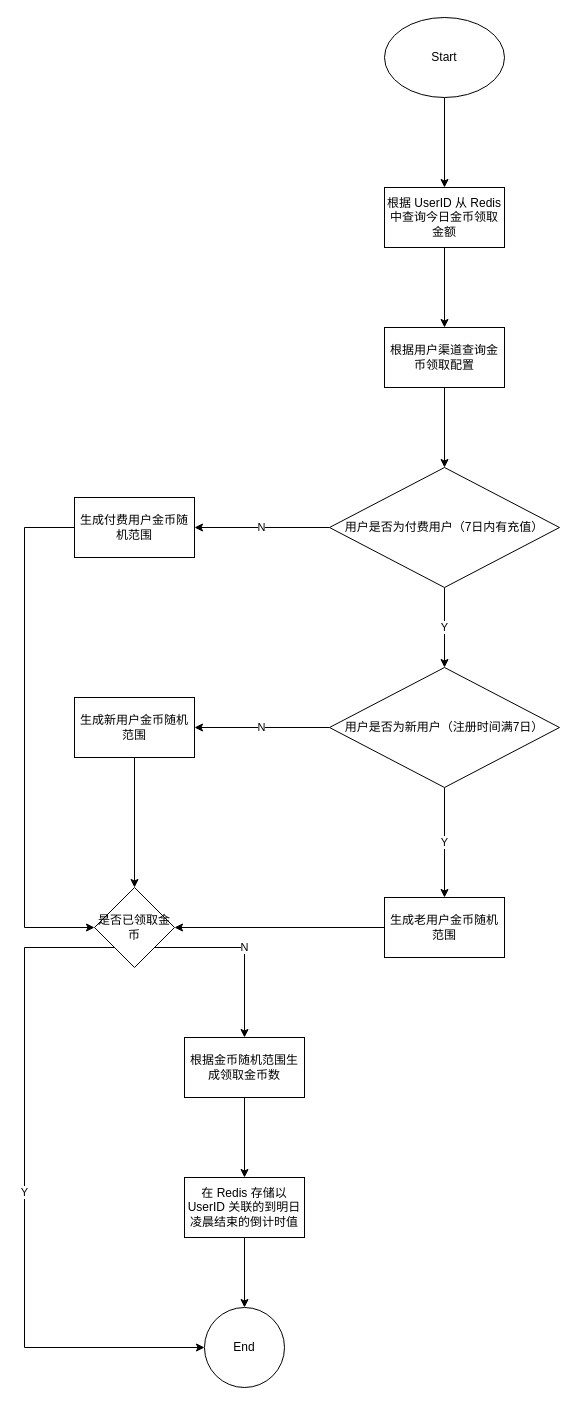
This is daily_free_award.drawio from kidozhaoz/drawio-libs, a draw.io file, before an edit. Source tidied: cells renumbered, new cells numbered last; positions are measured from the earlier drawing's top-left corner, leaving out a move shared by most shapes. Both pictures are drawn from the tidied source at 100%, with x=0, y=0 at pixel (24, 17).
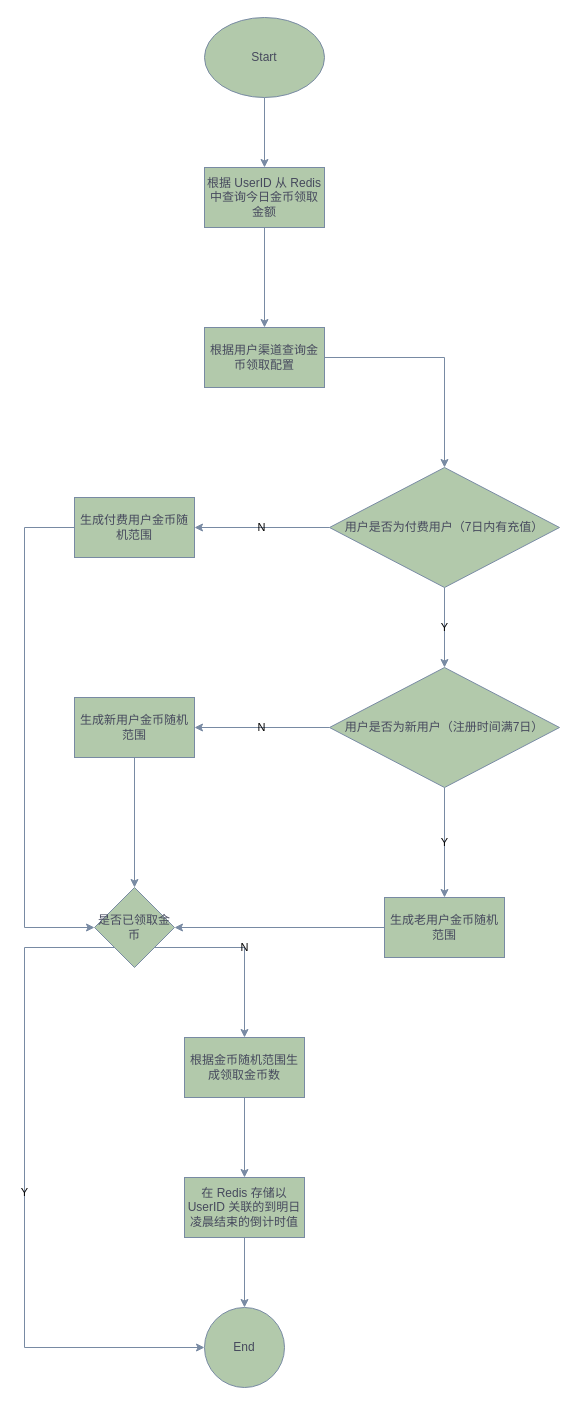
The same diagram, later.

Diff of the diagram source:
```diff
@@
-    <mxCell id="2" style="edgeStyle=orthogonalEdgeStyle;rounded=0;jettySize=auto;html=1;" parent="1" edge="1" source="3" target="5">
+    <mxCell id="2" style="edgeStyle=orthogonalEdgeStyle;rounded=0;jettySize=auto;html=1;labelBackgroundColor=none;strokeColor=#788AA3;fontColor=default;" parent="1" edge="1" source="3" target="5">
       <mxGeometry relative="1" as="geometry" />
     </mxCell>
-    <mxCell id="3" value="Start" style="ellipse;whiteSpace=wrap;html=1;" parent="1" vertex="1">
-      <mxGeometry x="360" width="120" height="80" as="geometry" />
+    <mxCell id="3" value="Start" style="ellipse;whiteSpace=wrap;html=1;labelBackgroundColor=none;fillColor=#B2C9AB;strokeColor=#788AA3;fontColor=#46495D;" parent="1" vertex="1">
+      <mxGeometry x="180" width="120" height="80" as="geometry" />
     </mxCell>
-    <mxCell id="4" style="edgeStyle=orthogonalEdgeStyle;rounded=0;jettySize=auto;html=1;" parent="1" edge="1" source="5" target="7">
+    <mxCell id="4" style="edgeStyle=orthogonalEdgeStyle;rounded=0;jettySize=auto;html=1;labelBackgroundColor=none;strokeColor=#788AA3;fontColor=default;" parent="1" edge="1" source="5" target="7">
       <mxGeometry relative="1" as="geometry" />
     </mxCell>
-    <mxCell id="5" value="根据 UserID 从 Redis中查询今日金币领取金额" style="whiteSpace=wrap;html=1;" parent="1" vertex="1">
-      <mxGeometry x="360" y="170" width="120" height="60" as="geometry" />
+    <mxCell id="5" value="根据 UserID 从 Redis中查询今日金币领取金额" style="whiteSpace=wrap;html=1;labelBackgroundColor=none;fillColor=#B2C9AB;strokeColor=#788AA3;fontColor=#46495D;" parent="1" vertex="1">
+      <mxGeometry x="180" y="150" width="120" height="60" as="geometry" />
     </mxCell>
-    <mxCell id="6" style="edgeStyle=orthogonalEdgeStyle;rounded=0;jettySize=auto;html=1;" parent="1" edge="1" source="7" target="10">
+    <mxCell id="6" style="edgeStyle=orthogonalEdgeStyle;rounded=0;jettySize=auto;html=1;labelBackgroundColor=none;strokeColor=#788AA3;fontColor=default;" parent="1" edge="1" source="7" target="10">
       <mxGeometry relative="1" as="geometry" />
     </mxCell>
-    <mxCell id="7" value="根据用户渠道查询金币领取配置" style="whiteSpace=wrap;html=1;" parent="1" vertex="1">
-      <mxGeometry x="360" y="310" width="120" height="60" as="geometry" />
+    <mxCell id="7" value="根据用户渠道查询金币领取配置" style="whiteSpace=wrap;html=1;labelBackgroundColor=none;fillColor=#B2C9AB;strokeColor=#788AA3;fontColor=#46495D;" parent="1" vertex="1">
+      <mxGeometry x="180" y="310" width="120" height="60" as="geometry" />
     </mxCell>
-    <mxCell id="8" value="Y" style="edgeStyle=orthogonalEdgeStyle;rounded=0;jettySize=auto;html=1;" parent="1" edge="1" source="10" target="13">
+    <mxCell id="8" value="Y" style="edgeStyle=orthogonalEdgeStyle;rounded=0;jettySize=auto;html=1;labelBackgroundColor=none;strokeColor=#788AA3;fontColor=default;" parent="1" edge="1" source="10" target="13">
       <mxGeometry relative="1" as="geometry" />
     </mxCell>
-    <mxCell id="9" value="N" style="edgeStyle=orthogonalEdgeStyle;rounded=0;jettySize=auto;html=1;" parent="1" edge="1" source="10" target="15">
+    <mxCell id="9" value="N" style="edgeStyle=orthogonalEdgeStyle;rounded=0;jettySize=auto;html=1;labelBackgroundColor=none;strokeColor=#788AA3;fontColor=default;" parent="1" edge="1" source="10" target="15">
       <mxGeometry relative="1" as="geometry" />
     </mxCell>
-    <mxCell id="10" value="用户是否为付费用户（7日内有充值）" style="rhombus;whiteSpace=wrap;html=1;" parent="1" vertex="1">
+    <mxCell id="10" value="用户是否为付费用户（7日内有充值）" style="rhombus;whiteSpace=wrap;html=1;labelBackgroundColor=none;fillColor=#B2C9AB;strokeColor=#788AA3;fontColor=#46495D;" parent="1" vertex="1">
       <mxGeometry x="305" y="450" width="230" height="120" as="geometry" />
     </mxCell>
-    <mxCell id="11" value="N" style="edgeStyle=orthogonalEdgeStyle;rounded=0;jettySize=auto;html=1;" parent="1" edge="1" source="13" target="17">
+    <mxCell id="11" value="N" style="edgeStyle=orthogonalEdgeStyle;rounded=0;jettySize=auto;html=1;labelBackgroundColor=none;strokeColor=#788AA3;fontColor=default;" parent="1" edge="1" source="13" target="17">
       <mxGeometry relative="1" as="geometry" />
     </mxCell>
-    <mxCell id="12" value="Y" style="edgeStyle=orthogonalEdgeStyle;rounded=0;jettySize=auto;html=1;" parent="1" edge="1" source="13" target="19">
+    <mxCell id="12" value="Y" style="edgeStyle=orthogonalEdgeStyle;rounded=0;jettySize=auto;html=1;labelBackgroundColor=none;strokeColor=#788AA3;fontColor=default;" parent="1" edge="1" source="13" target="19">
       <mxGeometry relative="1" as="geometry" />
     </mxCell>
-    <mxCell id="13" value="用户是否为新用户（注册时间满7日）" style="rhombus;whiteSpace=wrap;html=1;" parent="1" vertex="1">
+    <mxCell id="13" value="用户是否为新用户（注册时间满7日）" style="rhombus;whiteSpace=wrap;html=1;labelBackgroundColor=none;fillColor=#B2C9AB;strokeColor=#788AA3;fontColor=#46495D;" parent="1" vertex="1">
       <mxGeometry x="305" y="650" width="230" height="120" as="geometry" />
     </mxCell>
-    <mxCell id="14" style="edgeStyle=orthogonalEdgeStyle;rounded=0;jettySize=auto;html=1;entryX=0;entryY=0.5;entryDx=0;entryDy=0;" parent="1" edge="1" source="15" target="22">
+    <mxCell id="14" style="edgeStyle=orthogonalEdgeStyle;rounded=0;jettySize=auto;html=1;entryX=0;entryY=0.5;entryDx=0;entryDy=0;labelBackgroundColor=none;strokeColor=#788AA3;fontColor=default;" parent="1" edge="1" source="15" target="22">
       <mxGeometry relative="1" as="geometry">
         <Array as="points">
           <mxPoint y="510" />
           <mxPoint y="910" />
         </Array>
       </mxGeometry>
     </mxCell>
-    <mxCell id="15" value="生成付费用户金币随机范围" style="whiteSpace=wrap;html=1;" parent="1" vertex="1">
+    <mxCell id="15" value="生成付费用户金币随机范围" style="whiteSpace=wrap;html=1;labelBackgroundColor=none;fillColor=#B2C9AB;strokeColor=#788AA3;fontColor=#46495D;" parent="1" vertex="1">
       <mxGeometry x="50" y="480" width="120" height="60" as="geometry" />
     </mxCell>
-    <mxCell id="16" style="edgeStyle=orthogonalEdgeStyle;rounded=0;jettySize=auto;html=1;entryX=0.5;entryY=0;entryDx=0;entryDy=0;" parent="1" edge="1" source="17" target="22">
+    <mxCell id="16" style="edgeStyle=orthogonalEdgeStyle;rounded=0;jettySize=auto;html=1;entryX=0.5;entryY=0;entryDx=0;entryDy=0;labelBackgroundColor=none;strokeColor=#788AA3;fontColor=default;" parent="1" edge="1" source="17" target="22">
       <mxGeometry relative="1" as="geometry" />
     </mxCell>
-    <mxCell id="17" value="生成新用户金币随机范围" style="whiteSpace=wrap;html=1;" parent="1" vertex="1">
+    <mxCell id="17" value="生成新用户金币随机范围" style="whiteSpace=wrap;html=1;labelBackgroundColor=none;fillColor=#B2C9AB;strokeColor=#788AA3;fontColor=#46495D;" parent="1" vertex="1">
       <mxGeometry x="50" y="680" width="120" height="60" as="geometry" />
     </mxCell>
-    <mxCell id="18" style="edgeStyle=orthogonalEdgeStyle;rounded=0;jettySize=auto;html=1;" parent="1" edge="1" source="19" target="22">
+    <mxCell id="18" style="edgeStyle=orthogonalEdgeStyle;rounded=0;jettySize=auto;html=1;labelBackgroundColor=none;strokeColor=#788AA3;fontColor=default;" parent="1" edge="1" source="19" target="22">
       <mxGeometry relative="1" as="geometry" />
     </mxCell>
-    <mxCell id="19" value="生成老用户金币随机范围" style="whiteSpace=wrap;html=1;" parent="1" vertex="1">
+    <mxCell id="19" value="生成老用户金币随机范围" style="whiteSpace=wrap;html=1;labelBackgroundColor=none;fillColor=#B2C9AB;strokeColor=#788AA3;fontColor=#46495D;" parent="1" vertex="1">
       <mxGeometry x="360" y="880" width="120" height="60" as="geometry" />
     </mxCell>
-    <mxCell id="20" value="Y" style="edgeStyle=orthogonalEdgeStyle;rounded=0;jettySize=auto;html=1;exitX=0;exitY=1;exitDx=0;exitDy=0;entryX=0;entryY=0.5;entryDx=0;entryDy=0;" parent="1" edge="1" source="22" target="27">
+    <mxCell id="20" value="Y" style="edgeStyle=orthogonalEdgeStyle;rounded=0;jettySize=auto;html=1;exitX=0;exitY=1;exitDx=0;exitDy=0;entryX=0;entryY=0.5;entryDx=0;entryDy=0;labelBackgroundColor=none;strokeColor=#788AA3;fontColor=default;" parent="1" edge="1" source="22" target="27">
       <mxGeometry relative="1" as="geometry">
         <Array as="points">
           <mxPoint y="930" />
           <mxPoint y="1330" />
         </Array>
       </mxGeometry>
     </mxCell>
-    <mxCell id="21" value="N" style="edgeStyle=orthogonalEdgeStyle;rounded=0;jettySize=auto;html=1;exitX=1;exitY=1;exitDx=0;exitDy=0;entryX=0.5;entryY=0;entryDx=0;entryDy=0;" parent="1" edge="1" source="22" target="24">
+    <mxCell id="21" value="N" style="edgeStyle=orthogonalEdgeStyle;rounded=0;jettySize=auto;html=1;exitX=1;exitY=1;exitDx=0;exitDy=0;entryX=0.5;entryY=0;entryDx=0;entryDy=0;labelBackgroundColor=none;strokeColor=#788AA3;fontColor=default;" parent="1" edge="1" source="22" target="24">
       <mxGeometry relative="1" as="geometry">
         <Array as="points">
           <mxPoint x="220" y="930" />
           <mxPoint x="220" y="1020" />
         </Array>
       </mxGeometry>
     </mxCell>
-    <mxCell id="22" value="是否已领取金币" style="rhombus;whiteSpace=wrap;html=1;" parent="1" vertex="1">
+    <mxCell id="22" value="是否已领取金币" style="rhombus;whiteSpace=wrap;html=1;labelBackgroundColor=none;fillColor=#B2C9AB;strokeColor=#788AA3;fontColor=#46495D;" parent="1" vertex="1">
       <mxGeometry x="70" y="870" width="80" height="80" as="geometry" />
     </mxCell>
-    <mxCell id="23" style="edgeStyle=orthogonalEdgeStyle;rounded=0;jettySize=auto;html=1;" parent="1" edge="1" source="24" target="26">
+    <mxCell id="23" style="edgeStyle=orthogonalEdgeStyle;rounded=0;jettySize=auto;html=1;labelBackgroundColor=none;strokeColor=#788AA3;fontColor=default;" parent="1" edge="1" source="24" target="26">
       <mxGeometry relative="1" as="geometry" />
     </mxCell>
-    <mxCell id="24" value="根据金币随机范围生成领取金币数" style="whiteSpace=wrap;html=1;" parent="1" vertex="1">
+    <mxCell id="24" value="根据金币随机范围生成领取金币数" style="whiteSpace=wrap;html=1;labelBackgroundColor=none;fillColor=#B2C9AB;strokeColor=#788AA3;fontColor=#46495D;" parent="1" vertex="1">
       <mxGeometry x="160" y="1020" width="120" height="60" as="geometry" />
     </mxCell>
-    <mxCell id="25" style="edgeStyle=orthogonalEdgeStyle;rounded=0;jettySize=auto;html=1;" parent="1" edge="1" source="26" target="27">
+    <mxCell id="25" style="edgeStyle=orthogonalEdgeStyle;rounded=0;jettySize=auto;html=1;labelBackgroundColor=none;strokeColor=#788AA3;fontColor=default;" parent="1" edge="1" source="26" target="27">
       <mxGeometry relative="1" as="geometry" />
     </mxCell>
-    <mxCell id="26" value="在 Redis 存储以 UserID 关联的到明日凌晨结束的倒计时值" style="whiteSpace=wrap;html=1;" parent="1" vertex="1">
+    <mxCell id="26" value="在 Redis 存储以 UserID 关联的到明日凌晨结束的倒计时值" style="whiteSpace=wrap;html=1;labelBackgroundColor=none;fillColor=#B2C9AB;strokeColor=#788AA3;fontColor=#46495D;" parent="1" vertex="1">
       <mxGeometry x="160" y="1160" width="120" height="60" as="geometry" />
     </mxCell>
-    <mxCell id="27" value="End" style="ellipse;whiteSpace=wrap;html=1;" parent="1" vertex="1">
+    <mxCell id="27" value="End" style="ellipse;whiteSpace=wrap;html=1;labelBackgroundColor=none;fillColor=#B2C9AB;strokeColor=#788AA3;fontColor=#46495D;" parent="1" vertex="1">
       <mxGeometry x="180" y="1290" width="80" height="80" as="geometry" />
     </mxCell>
```
